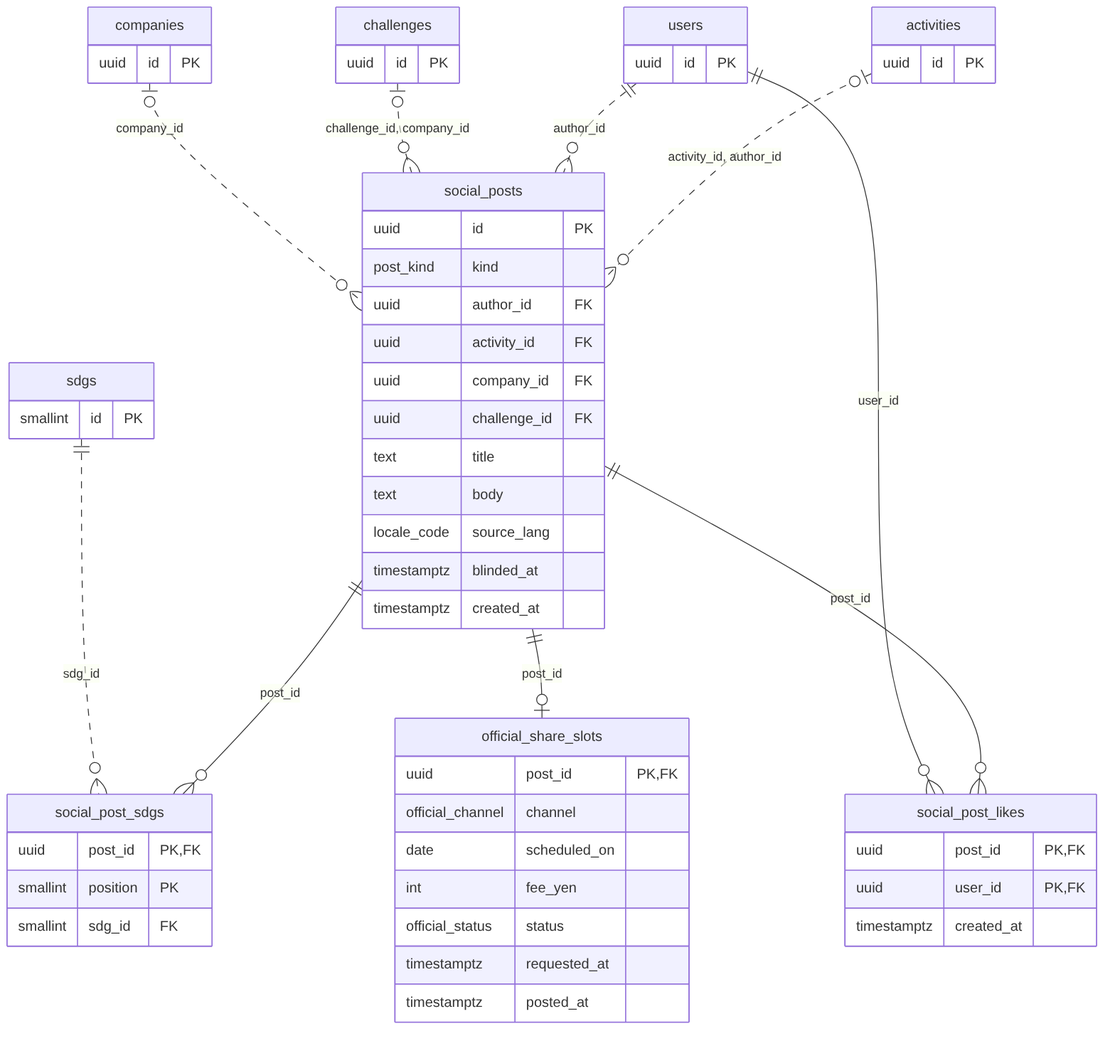
Earlier version of the Mermaid export docs/erd/08-social.png (atome9797/sdgs-compass). Its source is kept beside it as docs/erd/08-social.mmd.
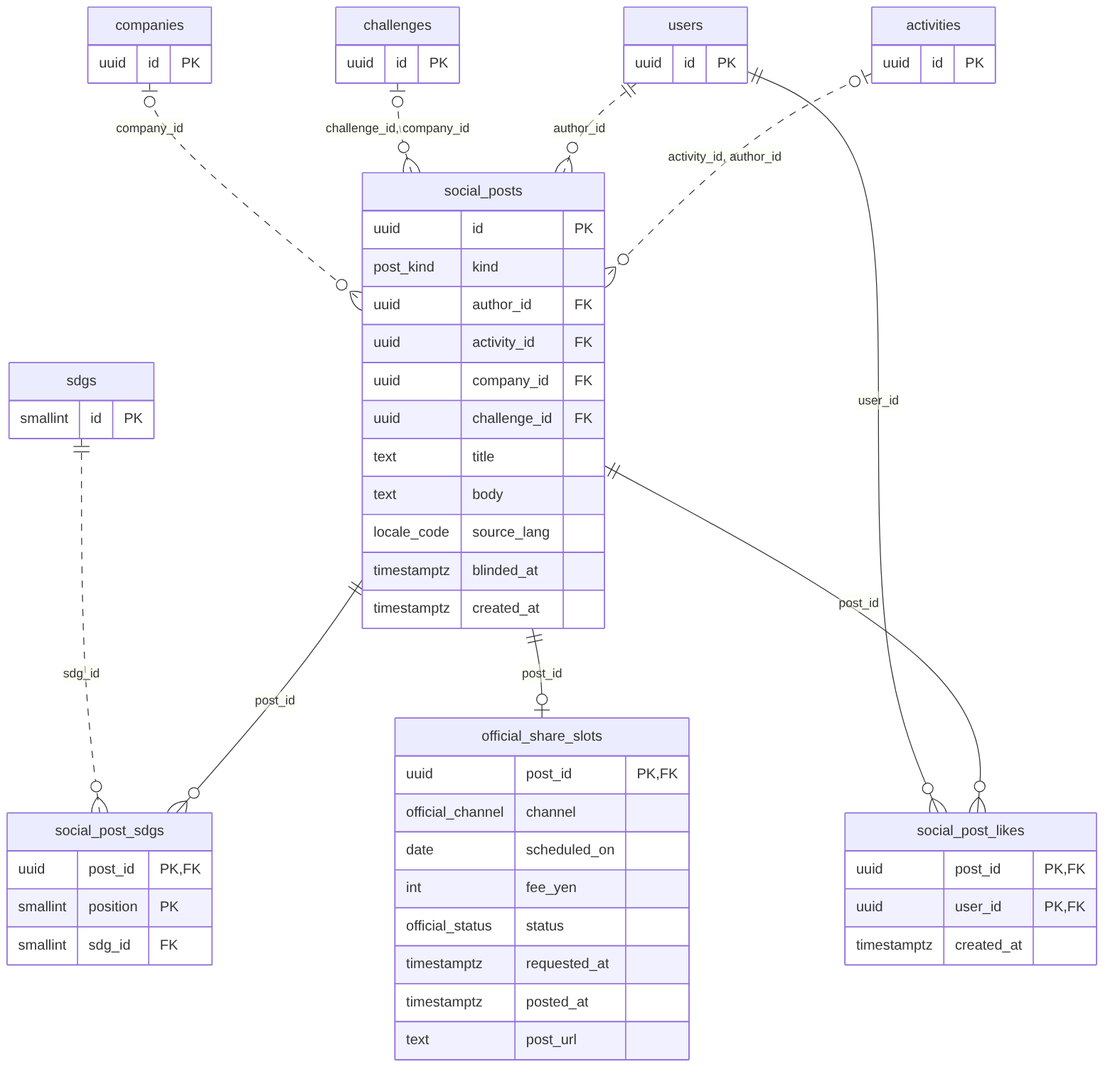
Above is the later version.

Change to the diagram source:
```diff
@@ -30,6 +30,7 @@
     official_status status
     timestamptz requested_at
     timestamptz posted_at
+    text post_url
   }
   activities {
     uuid id PK
```
